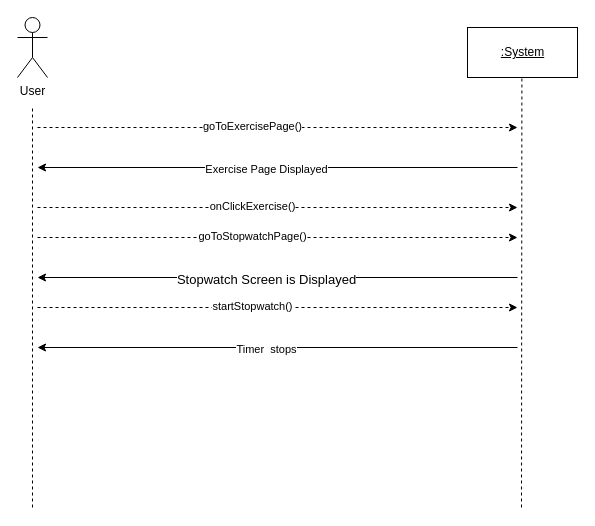
Before: SSD - Stop Stopwatch.drawio in Esaied19/Team-Albatross, a draw.io diagram. Source tidied: cells renumbered, new cells numbered last; positions are measured from the earlier drawing's top-left corner, leaving out a move shared by most shapes. Both pictures are drawn from the tidied source at 100%, with x=0, y=0 at pixel (17, 17).
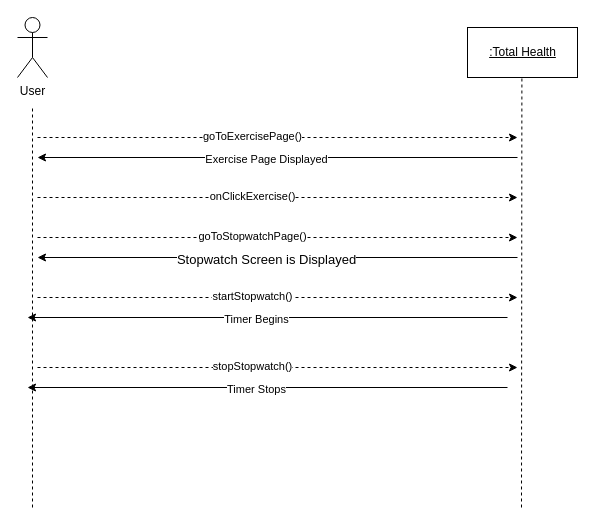
Above is the later version.

The edit, as a diff of the source:
```diff
@@
-    <mxCell id="3" value="&lt;u&gt;:System&lt;/u&gt;" style="html=1;" parent="1" vertex="1">
+    <mxCell id="3" value="&lt;u&gt;:Total Health&lt;/u&gt;" style="html=1;" parent="1" vertex="1">
       <mxGeometry x="450" y="10" width="110" height="50" as="geometry" />
     </mxCell>
@@
     <mxCell id="6" style="endArrow=classic;html=1;rounded=0;" parent="1" edge="1">
       <mxGeometry relative="1" as="geometry">
-        <mxPoint x="500" y="150" as="sourcePoint" />
-        <mxPoint x="20" y="150" as="targetPoint" />
+        <mxPoint x="500" y="140" as="sourcePoint" />
+        <mxPoint x="20" y="140" as="targetPoint" />
       </mxGeometry>
     </mxCell>
@@
     <mxCell id="8" style="endArrow=classic;html=1;rounded=0;dashed=1;" parent="1" edge="1">
       <mxGeometry relative="1" as="geometry">
-        <mxPoint x="20" y="110" as="sourcePoint" />
-        <mxPoint x="500" y="110" as="targetPoint" />
+        <mxPoint x="20" y="120" as="sourcePoint" />
+        <mxPoint x="500" y="120" as="targetPoint" />
       </mxGeometry>
     </mxCell>
@@
     <mxCell id="10" style="endArrow=classic;html=1;rounded=0;dashed=1;" parent="1" edge="1">
       <mxGeometry relative="1" as="geometry">
-        <mxPoint x="20" y="190" as="sourcePoint" />
-        <mxPoint x="500" y="190" as="targetPoint" />
+        <mxPoint x="20" y="180" as="sourcePoint" />
+        <mxPoint x="500" y="180" as="targetPoint" />
       </mxGeometry>
     </mxCell>
@@
     <mxCell id="14" style="endArrow=classic;html=1;rounded=0;" parent="1" edge="1">
       <mxGeometry relative="1" as="geometry">
-        <mxPoint x="500" y="330" as="sourcePoint" />
-        <mxPoint x="20" y="330" as="targetPoint" />
+        <mxPoint x="490" y="300" as="sourcePoint" />
+        <mxPoint x="10" y="300" as="targetPoint" />
       </mxGeometry>
     </mxCell>
-    <mxCell id="15" value="Timer&amp;nbsp; stops" style="edgeLabel;html=1;align=center;verticalAlign=middle;" parent="14" vertex="1">
+    <mxCell id="15" value="Timer Begins" style="edgeLabel;html=1;align=center;verticalAlign=middle;" parent="14" vertex="1">
       <mxGeometry x="0.05" y="1" relative="1" as="geometry" />
     </mxCell>
     <mxCell id="16" style="endArrow=classic;html=1;rounded=0;" parent="1" edge="1">
       <mxGeometry relative="1" as="geometry">
-        <mxPoint x="500" y="260" as="sourcePoint" />
-        <mxPoint x="20" y="260" as="targetPoint" />
+        <mxPoint x="500" y="240" as="sourcePoint" />
+        <mxPoint x="20" y="240" as="targetPoint" />
       </mxGeometry>
     </mxCell>
@@
     <mxCell id="18" style="endArrow=classic;html=1;rounded=0;dashed=1;" parent="1" edge="1">
       <mxGeometry relative="1" as="geometry">
-        <mxPoint x="20" y="290" as="sourcePoint" />
-        <mxPoint x="500" y="290" as="targetPoint" />
+        <mxPoint x="20" y="280" as="sourcePoint" />
+        <mxPoint x="500" y="280" as="targetPoint" />
       </mxGeometry>
     </mxCell>
@@
+    <mxCell id="20" style="endArrow=classic;html=1;rounded=0;dashed=1;" parent="1" edge="1">
+      <mxGeometry relative="1" as="geometry">
+        <mxPoint x="20" y="350" as="sourcePoint" />
+        <mxPoint x="500" y="350" as="targetPoint" />
+      </mxGeometry>
+    </mxCell>
+    <mxCell id="21" value="stopStopwatch()" style="edgeLabel;html=1;align=center;verticalAlign=middle;" parent="20" vertex="1">
+      <mxGeometry x="-0.11" y="2" relative="1" as="geometry" />
+    </mxCell>
+    <mxCell id="22" style="endArrow=classic;html=1;rounded=0;" parent="1" edge="1">
+      <mxGeometry relative="1" as="geometry">
+        <mxPoint x="490" y="370" as="sourcePoint" />
+        <mxPoint x="10" y="370" as="targetPoint" />
+      </mxGeometry>
+    </mxCell>
+    <mxCell id="23" value="Timer Stops" style="edgeLabel;html=1;align=center;verticalAlign=middle;" parent="22" vertex="1">
+      <mxGeometry x="0.05" y="1" relative="1" as="geometry" />
+    </mxCell>
```
